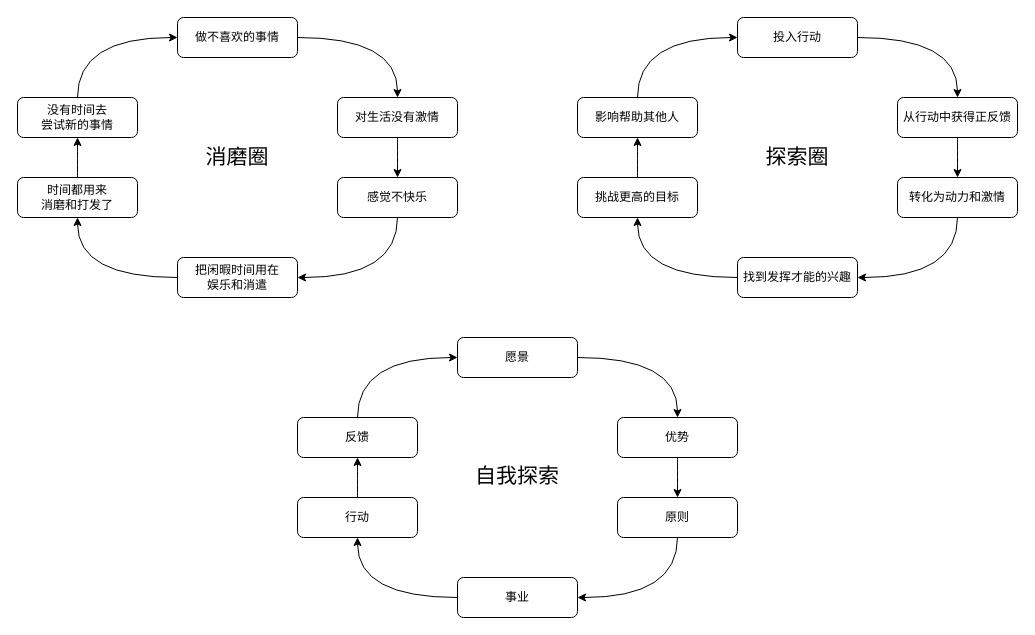
Earlier version of the draw.io diagram 事业圈&颓废圈.drawio (youyusan/life_system). Source tidied: cells renumbered, new cells numbered last; positions are measured from the earlier drawing's top-left corner, leaving out a move shared by most shapes. Both pictures are drawn from the tidied source at 100%, with x=0, y=0 at pixel (17, 17).
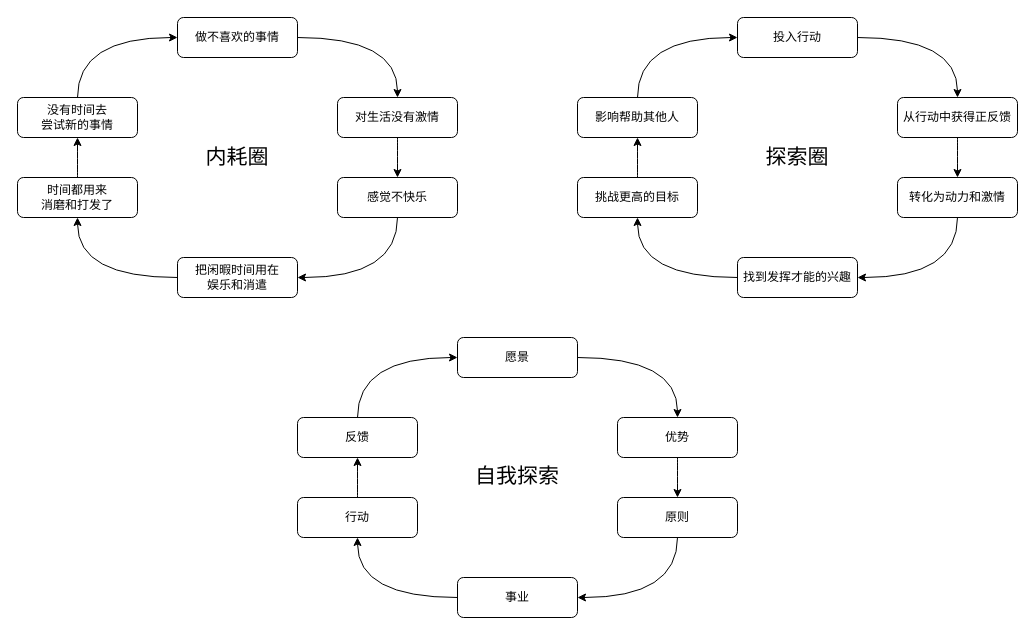
The same page after the edit.

Commit message:
更新事业圈&颓废圈.drawio

Diff of the diagram source:
```diff
@@
-    <mxCell id="38" value="&lt;span style=&quot;font-size: 21px;&quot;&gt;消磨圈&lt;/span&gt;" style="text;html=1;align=center;verticalAlign=middle;whiteSpace=wrap;rounded=0;fontFamily=Helvetica;fontSize=11;fontColor=default;labelBackgroundColor=default;" parent="1" vertex="1">
+    <mxCell id="38" value="&lt;span style=&quot;font-size: 21px;&quot;&gt;内耗圈&lt;/span&gt;" style="text;html=1;align=center;verticalAlign=middle;whiteSpace=wrap;rounded=0;fontFamily=Helvetica;fontSize=11;fontColor=default;labelBackgroundColor=default;" parent="1" vertex="1">
       <mxGeometry x="180" y="124" width="80" height="30" as="geometry" />
     </mxCell>
```
